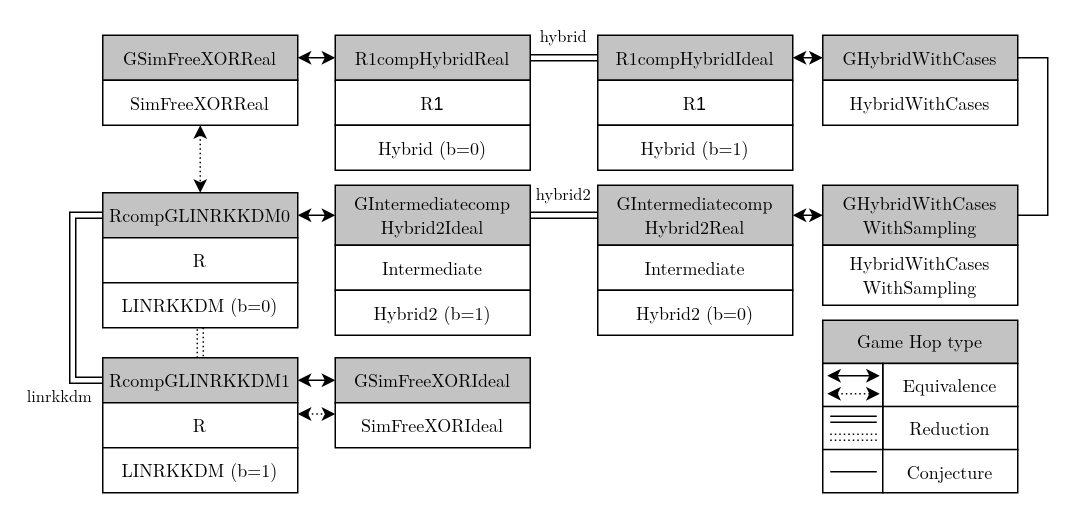
Earlier version of the draw.io diagram main/figs/drawio/gamehops.drawio (Prateek2000/ttm4905-masters-thesis). Source tidied: cells renumbered, new cells numbered last; positions are measured from the earlier drawing's top-left corner, leaving out a move shared by most shapes. Both pictures are drawn from the tidied source at 150%, with x=0, y=0 at pixel (102, 34).
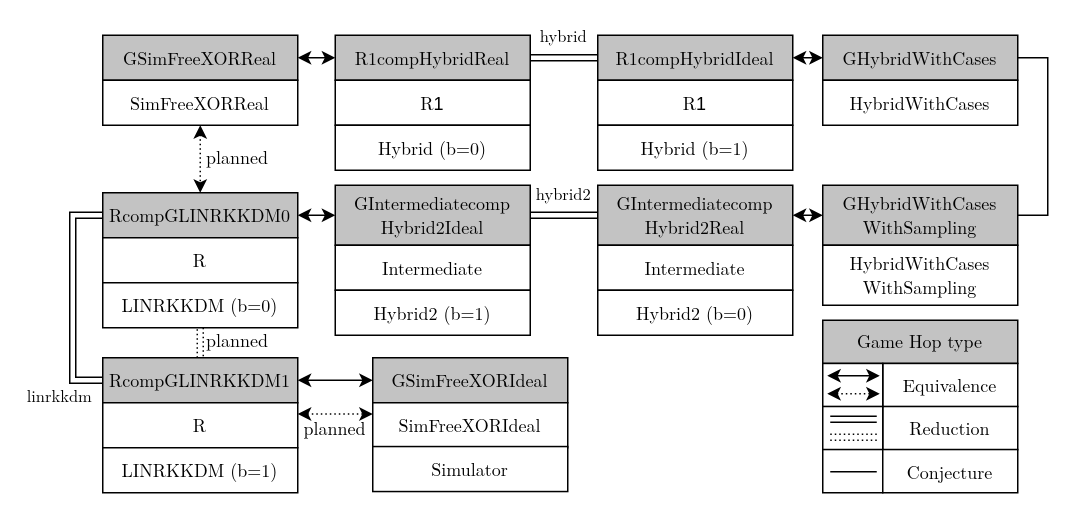
After the change.

Change to the diagram source:
```diff
@@
-    <mxCell id="13" style="group;" parent="1" vertex="1">
-      <mxGeometry x="155" y="215" width="130" height="60" as="geometry" />
-    </mxCell>
-    <mxCell id="14" value="&lt;font face=&quot;Latin Modern Roman&quot;&gt;GSimFreeXORIdeal&lt;/font&gt;" style="rounded=0;whiteSpace=wrap;html=1;fillColor=light-dark(#c3c3c3, #c3c3c3);" parent="13" vertex="1">
-      <mxGeometry width="130" height="30" as="geometry" />
-    </mxCell>
-    <mxCell id="15" value="&lt;font face=&quot;Latin Modern Roman&quot;&gt;SimFreeXORIdeal&lt;/font&gt;" style="rounded=0;whiteSpace=wrap;html=1;" parent="13" vertex="1">
-      <mxGeometry y="30" width="130" height="30" as="geometry" />
-    </mxCell>
@@
+    <mxCell id="67" style="group;" parent="1" vertex="1">
+      <mxGeometry x="180" y="215" width="130" height="89.2" as="geometry" />
+    </mxCell>
+    <mxCell id="14" value="&lt;font face=&quot;Latin Modern Roman&quot;&gt;GSimFreeXORIdeal&lt;/font&gt;" style="rounded=0;whiteSpace=wrap;html=1;fillColor=light-dark(#c3c3c3, #c3c3c3);" parent="67" vertex="1">
+      <mxGeometry width="130" height="30" as="geometry" />
+    </mxCell>
+    <mxCell id="15" value="&lt;font face=&quot;Latin Modern Roman&quot;&gt;SimFreeXORIdeal&lt;/font&gt;" style="rounded=0;whiteSpace=wrap;html=1;" parent="67" vertex="1">
+      <mxGeometry y="30" width="130" height="30" as="geometry" />
+    </mxCell>
+    <mxCell id="68" value="&lt;font face=&quot;Latin Modern Roman&quot;&gt;Simulator&lt;/font&gt;" style="rounded=0;whiteSpace=wrap;html=1;" parent="67" vertex="1">
+      <mxGeometry y="59.2" width="130" height="30" as="geometry" />
+    </mxCell>
+    <mxCell id="69" value="&lt;font face=&quot;Latin Modern Roman&quot;&gt;planned&lt;/font&gt;" style="text;html=1;whiteSpace=wrap;strokeColor=none;fillColor=none;align=center;verticalAlign=middle;rounded=0;" parent="1" vertex="1">
+      <mxGeometry x="60" y="66" width="60" height="30" as="geometry" />
+    </mxCell>
+    <mxCell id="70" value="&lt;font face=&quot;Latin Modern Roman&quot;&gt;planned&lt;/font&gt;" style="text;html=1;whiteSpace=wrap;strokeColor=none;fillColor=none;align=center;verticalAlign=middle;rounded=0;" parent="1" vertex="1">
+      <mxGeometry x="60" y="187.8" width="60" height="30" as="geometry" />
+    </mxCell>
+    <mxCell id="71" value="&lt;font face=&quot;Latin Modern Roman&quot;&gt;planned&lt;/font&gt;" style="text;html=1;whiteSpace=wrap;strokeColor=none;fillColor=none;align=center;verticalAlign=middle;rounded=0;" parent="1" vertex="1">
+      <mxGeometry x="125" y="247.2" width="60" height="30" as="geometry" />
+    </mxCell>
```
